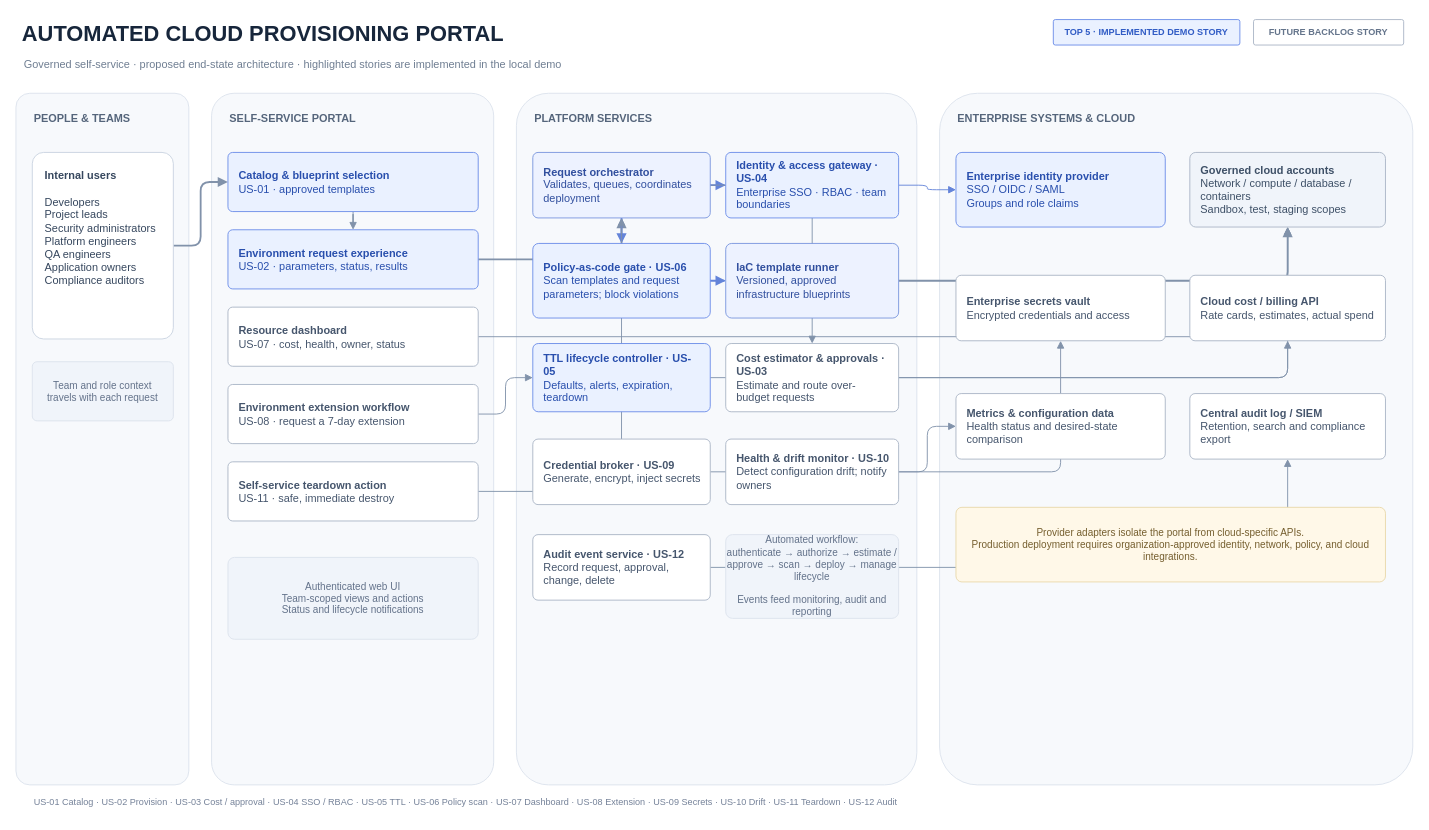
Earlier version of the draw.io diagram Automated Cloud Provisioning Portal Demo/architecture.drawio (RajavelBala/rb_personal_repo). Source tidied: cells renumbered, new cells numbered last; positions are measured from the earlier drawing's top-left corner, leaving out a move shared by most shapes. Both pictures are drawn from the tidied source at 91%, with x=0, y=0 at pixel (15, 15).
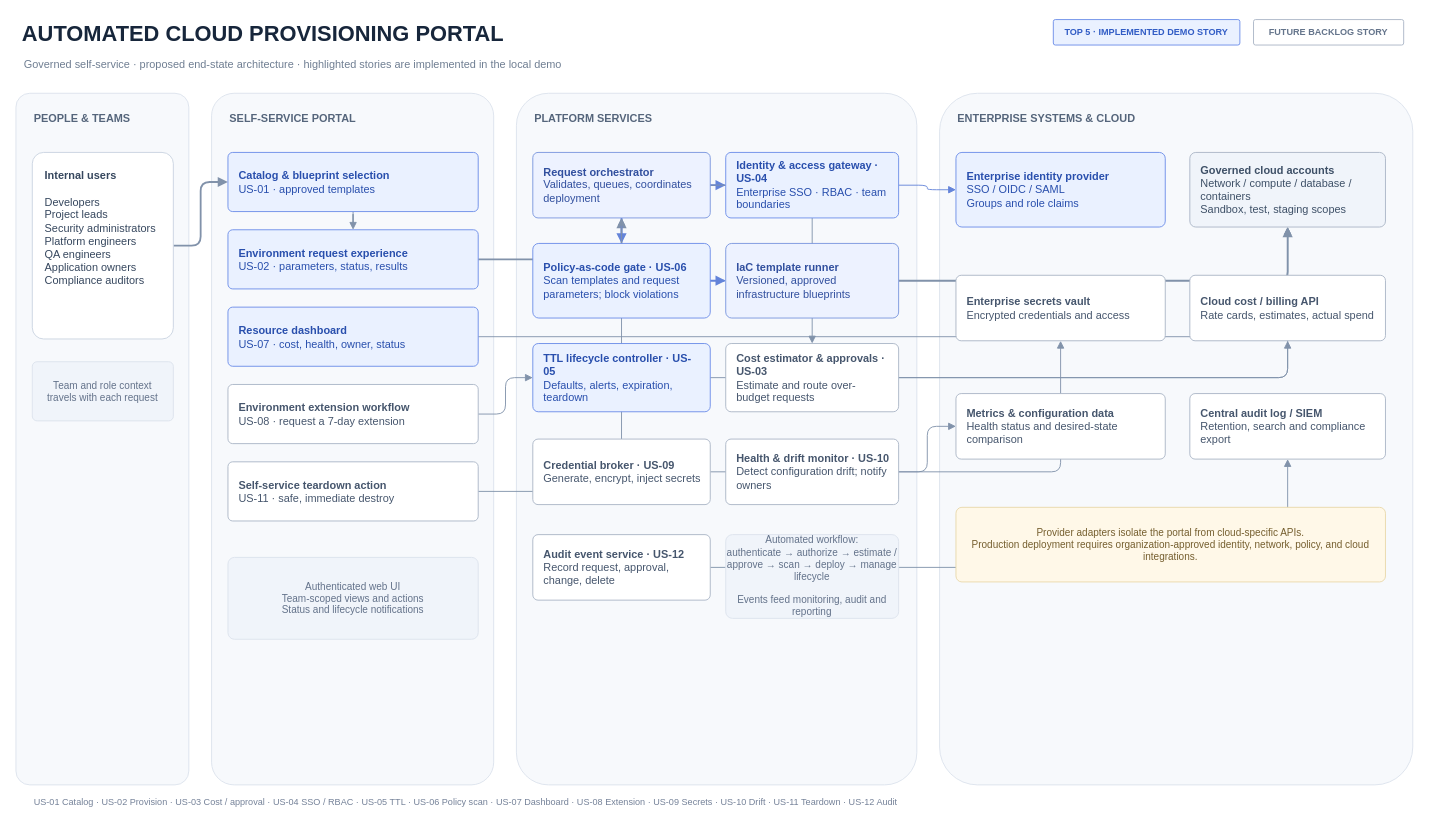
The same page after the edit.

Commit message (it also covers changes not shown here):
1.1.1 US-07: Centralized Resource

The edit, as a diff of the source:
```diff
@@
-    <mxCell id="35" value="&lt;b&gt;Resource dashboard&lt;/b&gt;&lt;br&gt;US-07 · cost, health, owner, status" style="rounded=1;whiteSpace=wrap;html=1;fillColor=#FFFFFF;strokeColor=#AAB6C6;fontColor=#46566D;fontSize=12;align=left;spacing=12;arcSize=8;" parent="1" vertex="1">
+    <mxCell id="35" value="&lt;b&gt;Resource dashboard&lt;/b&gt;&lt;br&gt;US-07 · cost, health, owner, status" style="rounded=1;whiteSpace=wrap;html=1;fillColor=#EAF1FF;strokeColor=#6C8DE8;fontColor=#294FAD;fontSize=12;align=left;spacing=12;arcSize=8;" parent="1" vertex="1">
       <mxGeometry x="233" y="320" width="275" height="65" as="geometry" />
     </mxCell>
```
